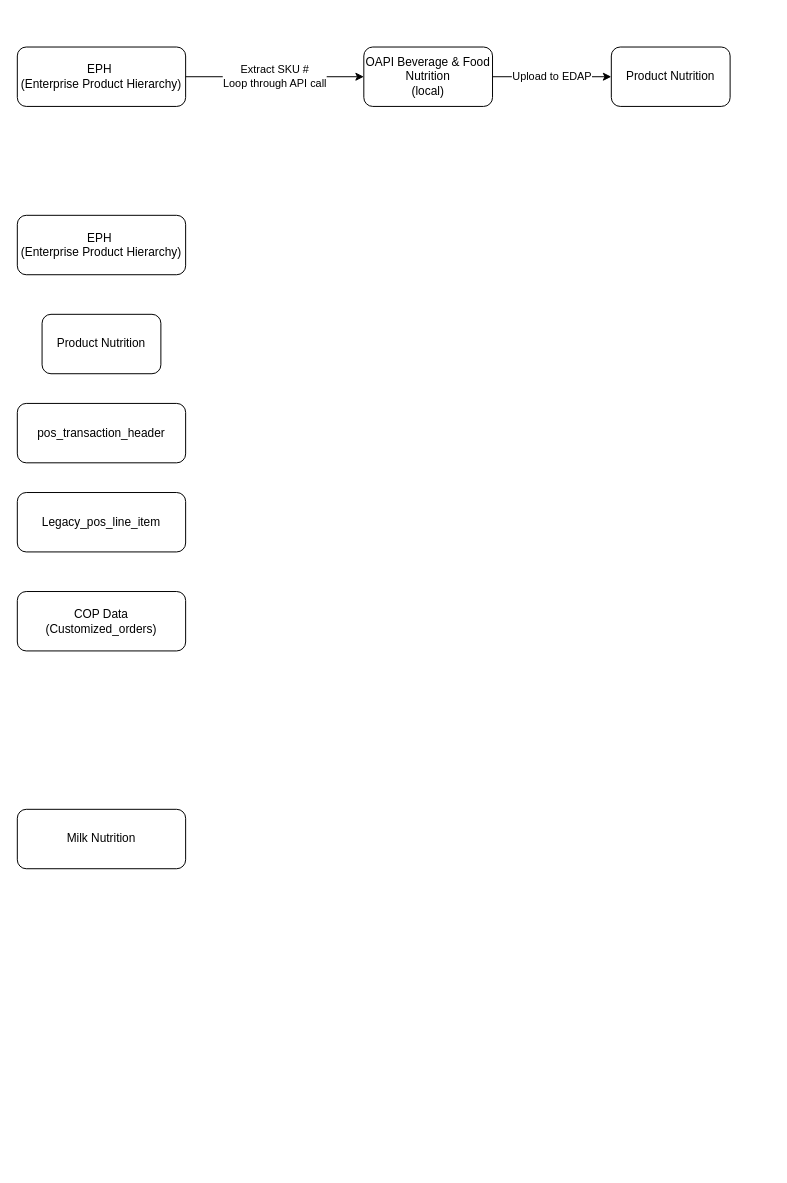
The draw.io diagram Untitled Diagram.drawio in ttransbux/customer_segm, before the edit. Source tidied: cells renumbered, new cells numbered last; positions are measured from the earlier drawing's top-left corner, leaving out a move shared by most shapes. Both pictures are drawn from the tidied source at 99%, with x=0, y=0 at pixel (17, 47).
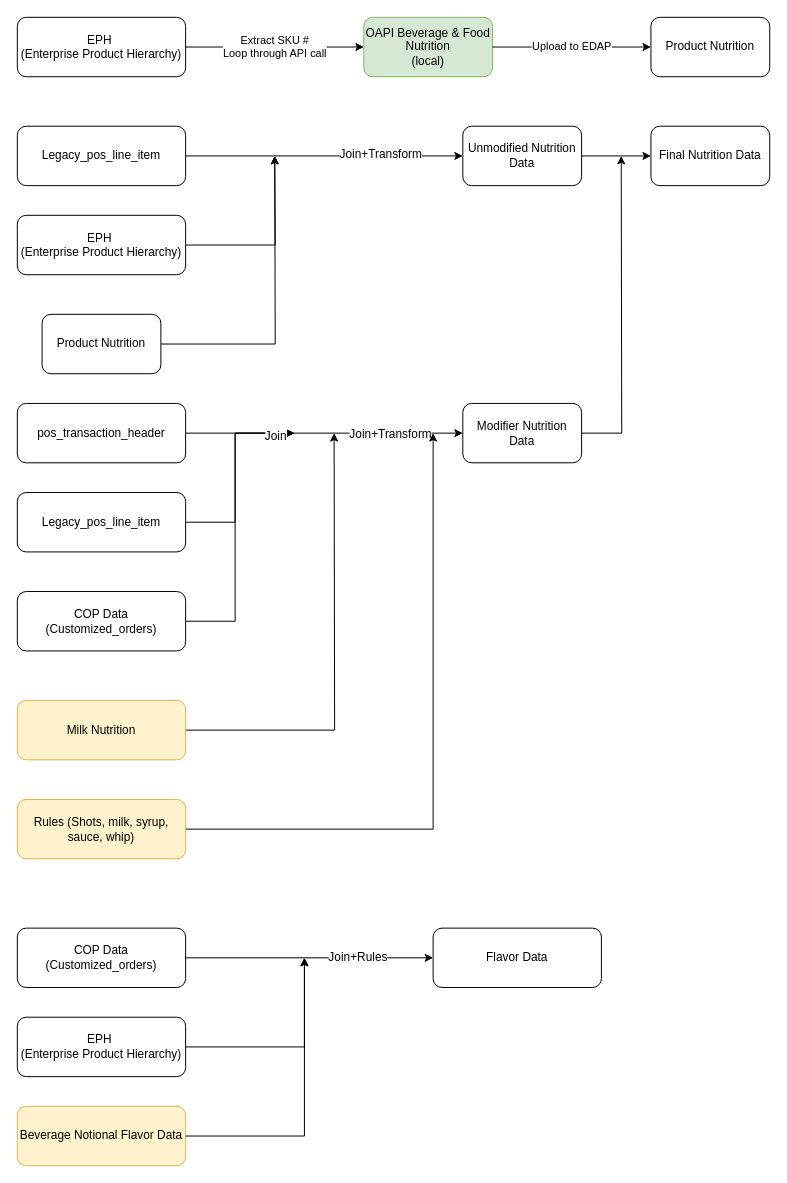
The same diagram, later.

Commit message:
customer_segm

The change refers to these unchanged cells:
```xml
<mxCell id="7" value="EPH&amp;nbsp;&lt;br&gt;(Enterprise Product Hierarchy)&lt;br&gt;" style="rounded=1;whiteSpace=wrap;html=1;" parent="1" vertex="1">
  <mxGeometry y="170" width="170" height="60" as="geometry" />
</mxCell>
<mxCell id="8" value="Product Nutrition" style="rounded=1;whiteSpace=wrap;html=1;" parent="1" vertex="1">
  <mxGeometry x="25" y="270" width="120" height="60" as="geometry" />
</mxCell>
<mxCell id="9" value="Legacy_pos_line_item" style="rounded=1;whiteSpace=wrap;html=1;" parent="1" vertex="1">
  <mxGeometry y="450" width="170" height="60" as="geometry" />
</mxCell>
<mxCell id="11" value="COP Data&lt;br&gt;(Customized_orders)&lt;br&gt;" style="rounded=1;whiteSpace=wrap;html=1;" parent="1" vertex="1">
  <mxGeometry y="550" width="170" height="60" as="geometry" />
</mxCell>
<mxCell id="12" value="pos_transaction_header" style="rounded=1;whiteSpace=wrap;html=1;" parent="1" vertex="1">
  <mxGeometry y="360" width="170" height="60" as="geometry" />
</mxCell>
```

Change to the diagram source:
```diff
@@
     <mxCell id="2" value="EPH&amp;nbsp;&lt;br&gt;(Enterprise Product Hierarchy)&lt;br&gt;" style="rounded=1;whiteSpace=wrap;html=1;" parent="1" vertex="1">
-      <mxGeometry width="170" height="60" as="geometry" />
+      <mxGeometry y="-30" width="170" height="60" as="geometry" />
     </mxCell>
-    <mxCell id="3" value="Extract SKU #&lt;br&gt;Loop through API call&lt;br&gt;" style="endArrow=classic;html=1;exitX=1;exitY=0.5;exitDx=0;exitDy=0;" parent="1" edge="1" source="2">
-      <mxGeometry relative="1" as="geometry">
-        <mxPoint x="350" y="30" as="targetPoint" />
-      </mxGeometry>
+    <mxCell id="3" value="Extract SKU #&lt;br&gt;Loop through API call&lt;br&gt;" style="endArrow=classic;html=1;exitX=1;exitY=0.5;exitDx=0;exitDy=0;entryX=0;entryY=0.5;entryDx=0;entryDy=0;" parent="1" edge="1" source="2" target="4">
+      <mxGeometry relative="1" as="geometry" />
     </mxCell>
-    <mxCell id="4" value="OAPI Beverage &amp;amp; Food Nutrition&lt;br&gt;(local)&lt;br&gt;" style="rounded=1;whiteSpace=wrap;html=1;" parent="1" vertex="1">
-      <mxGeometry x="350" width="130" height="60" as="geometry" />
+    <mxCell id="4" value="OAPI Beverage &amp;amp; Food Nutrition&lt;br&gt;(local)&lt;br&gt;" style="rounded=1;whiteSpace=wrap;html=1;fillColor=#d5e8d4;strokeColor=#82b366;" parent="1" vertex="1">
+      <mxGeometry x="350" y="-30" width="130" height="60" as="geometry" />
     </mxCell>
-    <mxCell id="5" value="Upload to EDAP" style="endArrow=classic;html=1;exitX=1;exitY=0.5;exitDx=0;exitDy=0;" parent="1" edge="1" source="4">
-      <mxGeometry relative="1" as="geometry">
-        <mxPoint x="600" y="30" as="targetPoint" />
-      </mxGeometry>
+    <mxCell id="5" value="Upload to EDAP" style="endArrow=classic;html=1;exitX=1;exitY=0.5;exitDx=0;exitDy=0;entryX=0;entryY=0.5;entryDx=0;entryDy=0;" parent="1" edge="1" source="4" target="6">
+      <mxGeometry relative="1" as="geometry" />
     </mxCell>
     <mxCell id="6" value="Product Nutrition" style="rounded=1;whiteSpace=wrap;html=1;" parent="1" vertex="1">
-      <mxGeometry x="600" width="120" height="60" as="geometry" />
+      <mxGeometry x="640" y="-30" width="120" height="60" as="geometry" />
     </mxCell>
+    <mxCell id="13" style="edgeStyle=orthogonalEdgeStyle;rounded=0;jettySize=auto;html=1;" parent="1" edge="1" source="7">
+      <mxGeometry relative="1" as="geometry">
+        <mxPoint x="260" y="110" as="targetPoint" />
+      </mxGeometry>
+    </mxCell>
@@
+    <mxCell id="14" style="edgeStyle=orthogonalEdgeStyle;rounded=0;jettySize=auto;html=1;" parent="1" edge="1" source="8">
+      <mxGeometry relative="1" as="geometry">
+        <mxPoint x="260" y="110" as="targetPoint" />
+      </mxGeometry>
+    </mxCell>
@@
+    <mxCell id="15" style="edgeStyle=orthogonalEdgeStyle;rounded=0;jettySize=auto;html=1;exitX=1;exitY=0.5;exitDx=0;exitDy=0;" parent="1" edge="1" source="9">
+      <mxGeometry relative="1" as="geometry">
+        <mxPoint x="280" y="390" as="targetPoint" />
+        <Array as="points">
+          <mxPoint x="220" y="480" />
+          <mxPoint x="220" y="390" />
+        </Array>
+      </mxGeometry>
+    </mxCell>
@@
+    <mxCell id="16" style="edgeStyle=orthogonalEdgeStyle;rounded=0;jettySize=auto;html=1;" parent="1" edge="1" source="10">
+      <mxGeometry relative="1" as="geometry">
+        <mxPoint x="320" y="390" as="targetPoint" />
+      </mxGeometry>
+    </mxCell>
-    <mxCell id="10" value="Milk Nutrition" style="rounded=1;whiteSpace=wrap;html=1;" parent="1" vertex="1">
-      <mxGeometry y="770" width="170" height="60" as="geometry" />
+    <mxCell id="10" value="Milk Nutrition" style="rounded=1;whiteSpace=wrap;html=1;fillColor=#fff2cc;strokeColor=#d6b656;" parent="1" vertex="1">
+      <mxGeometry y="660" width="170" height="60" as="geometry" />
     </mxCell>
+    <mxCell id="17" style="edgeStyle=orthogonalEdgeStyle;rounded=0;jettySize=auto;html=1;" parent="1" edge="1" source="11">
+      <mxGeometry relative="1" as="geometry">
+        <mxPoint x="280" y="390" as="targetPoint" />
+        <Array as="points">
+          <mxPoint x="220" y="580" />
+          <mxPoint x="220" y="390" />
+        </Array>
+      </mxGeometry>
+    </mxCell>
@@
+    <mxCell id="18" style="edgeStyle=orthogonalEdgeStyle;rounded=0;jettySize=auto;html=1;exitX=1;exitY=0.5;exitDx=0;exitDy=0;entryX=0;entryY=0.5;entryDx=0;entryDy=0;" parent="1" edge="1" source="12" target="22">
+      <mxGeometry relative="1" as="geometry" />
+    </mxCell>
+    <mxCell id="19" value="Join" style="text;html=1;align=center;verticalAlign=middle;labelBackgroundColor=#ffffff;" parent="18" vertex="1">
+      <mxGeometry x="0.05" y="-57" relative="1" as="geometry">
+        <mxPoint x="-57" y="-55" as="offset" />
+      </mxGeometry>
+    </mxCell>
+    <mxCell id="20" value="Join+Transform" style="text;html=1;align=center;verticalAlign=middle;labelBackgroundColor=#ffffff;" parent="18" vertex="1">
+      <mxGeometry x="0.33" y="-1" relative="1" as="geometry">
+        <mxPoint x="20" y="-1" as="offset" />
+      </mxGeometry>
+    </mxCell>
@@
+    <mxCell id="21" style="edgeStyle=orthogonalEdgeStyle;rounded=0;jettySize=auto;html=1;" parent="1" edge="1" source="22">
+      <mxGeometry relative="1" as="geometry">
+        <mxPoint x="610" y="110" as="targetPoint" />
+      </mxGeometry>
+    </mxCell>
+    <mxCell id="22" value="Modifier Nutrition Data" style="rounded=1;whiteSpace=wrap;html=1;" parent="1" vertex="1">
+      <mxGeometry x="450" y="360" width="120" height="60" as="geometry" />
+    </mxCell>
+    <mxCell id="23" value="Legacy_pos_line_item" style="rounded=1;whiteSpace=wrap;html=1;" parent="1" vertex="1">
+      <mxGeometry y="80" width="170" height="60" as="geometry" />
+    </mxCell>
+    <mxCell id="24" style="endArrow=classic;html=1;exitX=1;exitY=0.5;exitDx=0;exitDy=0;entryX=0;entryY=0.5;entryDx=0;entryDy=0;" parent="1" edge="1" source="23" target="27">
+      <mxGeometry relative="1" as="geometry" />
+    </mxCell>
+    <mxCell id="25" value="Join+Transform" style="text;html=1;align=center;verticalAlign=middle;labelBackgroundColor=#ffffff;" parent="24" vertex="1">
+      <mxGeometry x="0.4" y="2" relative="1" as="geometry" />
+    </mxCell>
+    <mxCell id="26" style="edgeStyle=orthogonalEdgeStyle;rounded=0;jettySize=auto;html=1;" parent="1" edge="1" source="27" target="28">
+      <mxGeometry relative="1" as="geometry" />
+    </mxCell>
+    <mxCell id="27" value="Unmodified Nutrition Data" style="rounded=1;whiteSpace=wrap;html=1;" parent="1" vertex="1">
+      <mxGeometry x="450" y="80" width="120" height="60" as="geometry" />
+    </mxCell>
+    <mxCell id="28" value="Final Nutrition Data" style="rounded=1;whiteSpace=wrap;html=1;" parent="1" vertex="1">
+      <mxGeometry x="640" y="80" width="120" height="60" as="geometry" />
+    </mxCell>
+    <mxCell id="29" style="edgeStyle=orthogonalEdgeStyle;rounded=0;jettySize=auto;html=1;" parent="1" edge="1" source="30">
+      <mxGeometry relative="1" as="geometry">
+        <mxPoint x="420" y="390" as="targetPoint" />
+        <Array as="points">
+          <mxPoint x="420" y="790" />
+          <mxPoint x="420" y="390" />
+        </Array>
+      </mxGeometry>
+    </mxCell>
+    <mxCell id="30" value="Rules (Shots, milk, syrup, sauce, whip)" style="rounded=1;whiteSpace=wrap;html=1;fillColor=#fff2cc;strokeColor=#d6b656;" parent="1" vertex="1">
+      <mxGeometry y="760" width="170" height="60" as="geometry" />
+    </mxCell>
+    <mxCell id="31" style="edgeStyle=none;rounded=0;jettySize=auto;html=1;" parent="1" edge="1" source="33" target="34">
+      <mxGeometry relative="1" as="geometry" />
+    </mxCell>
+    <mxCell id="32" value="Join+Rules" style="text;html=1;align=center;verticalAlign=middle;labelBackgroundColor=#ffffff;" parent="31" vertex="1">
+      <mxGeometry x="0.38" y="1" relative="1" as="geometry" />
+    </mxCell>
+    <mxCell id="33" value="COP Data&lt;br&gt;(Customized_orders)&lt;br&gt;" style="rounded=1;whiteSpace=wrap;html=1;" parent="1" vertex="1">
+      <mxGeometry y="890" width="170" height="60" as="geometry" />
+    </mxCell>
+    <mxCell id="34" value="Flavor Data" style="rounded=1;whiteSpace=wrap;html=1;" parent="1" vertex="1">
+      <mxGeometry x="420" y="890" width="170" height="60" as="geometry" />
+    </mxCell>
+    <mxCell id="35" value="Beverage Notional Flavor Data" style="rounded=1;whiteSpace=wrap;html=1;fillColor=#fff2cc;strokeColor=#d6b656;" parent="1" vertex="1">
+      <mxGeometry y="1070" width="170" height="60" as="geometry" />
+    </mxCell>
+    <mxCell id="36" value="EPH&amp;nbsp;&lt;br&gt;(Enterprise Product Hierarchy)&lt;br&gt;" style="rounded=1;whiteSpace=wrap;html=1;" parent="1" vertex="1">
+      <mxGeometry y="980" width="170" height="60" as="geometry" />
+    </mxCell>
+    <mxCell id="37" style="edgeStyle=orthogonalEdgeStyle;rounded=0;orthogonalLoop=1;jettySize=auto;html=1;" parent="1" edge="1">
+      <mxGeometry relative="1" as="geometry">
+        <mxPoint x="170" y="1100" as="sourcePoint" />
+        <mxPoint x="290" y="920" as="targetPoint" />
+        <Array as="points">
+          <mxPoint x="170" y="1100" />
+          <mxPoint x="290" y="1100" />
+        </Array>
+      </mxGeometry>
+    </mxCell>
+    <mxCell id="38" style="edgeStyle=orthogonalEdgeStyle;rounded=0;orthogonalLoop=1;jettySize=auto;html=1;" parent="1" edge="1">
+      <mxGeometry relative="1" as="geometry">
+        <mxPoint x="170" y="1010" as="sourcePoint" />
+        <mxPoint x="290" y="920" as="targetPoint" />
+        <Array as="points">
+          <mxPoint x="170" y="1010" />
+          <mxPoint x="290" y="1010" />
+        </Array>
+      </mxGeometry>
+    </mxCell>
```
